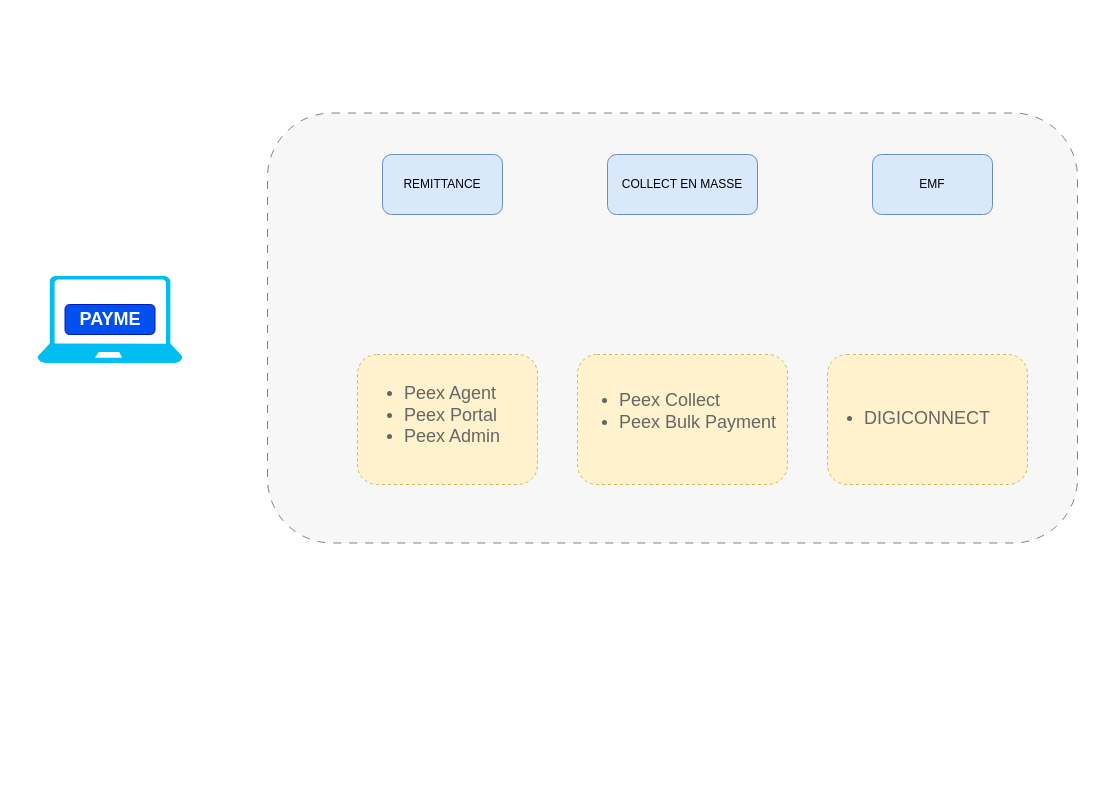
Earlier version of the draw.io diagram Peex-Marketing.drawio (dabiko/draw-io). Source tidied: cells renumbered, new cells numbered last; positions are measured from the earlier drawing's top-left corner, leaving out a move shared by most shapes. Both pictures are drawn from the tidied source at 100%, with x=0, y=0 at pixel (37, 112).
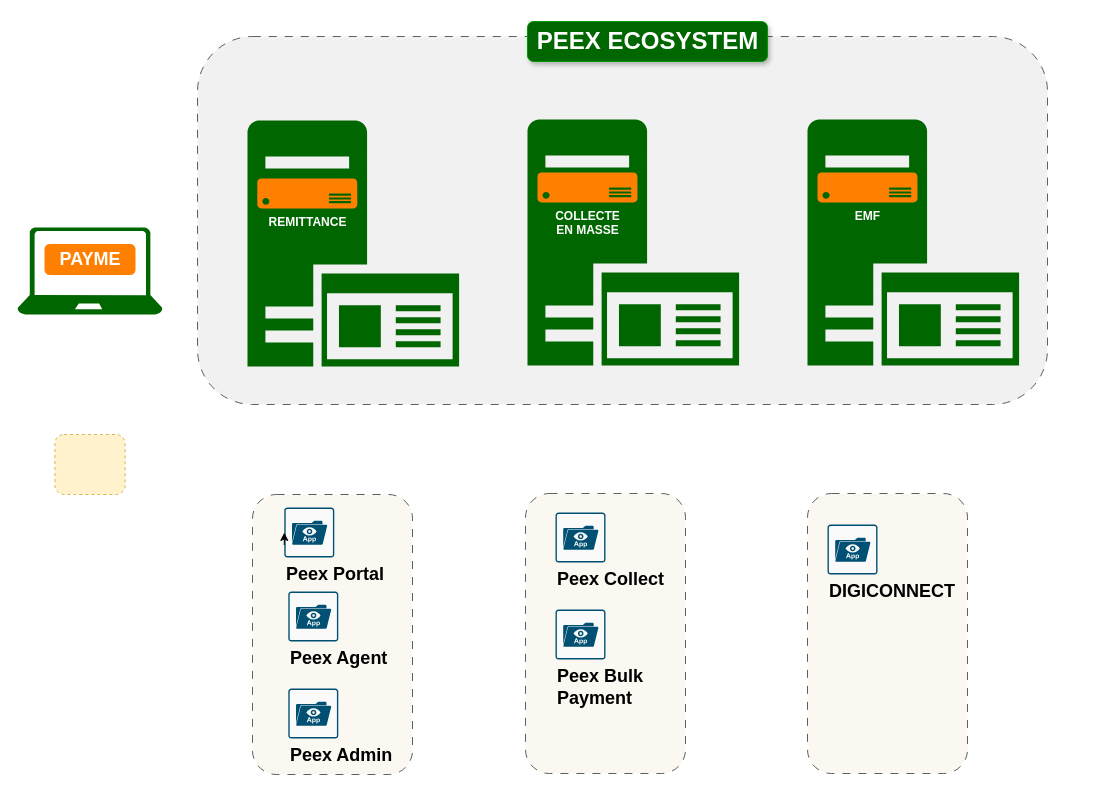
Above is the later version.

The edit, as a diff of the source:
```diff
@@
+    <mxCell id="15" style="rounded=1;whiteSpace=wrap;html=1;fillColor=#f9f7ed;strokeColor=#36393d;dashed=1;dashPattern=8 8;fillStyle=solid;opacity=80;" parent="1" vertex="1">
+      <mxGeometry x="770" y="381" width="160" height="280" as="geometry" />
+    </mxCell>
+    <mxCell id="16" style="rounded=1;whiteSpace=wrap;html=1;fillColor=#f9f7ed;strokeColor=#36393d;dashed=1;dashPattern=8 8;fillStyle=solid;opacity=80;" parent="1" vertex="1">
+      <mxGeometry x="488" y="381" width="160" height="280" as="geometry" />
+    </mxCell>
-    <mxCell id="2" style="rounded=1;whiteSpace=wrap;html=1;fillColor=#f5f5f5;strokeColor=#666666;dashed=1;dashPattern=8 8;fillStyle=solid;opacity=80;fontColor=#333333;" parent="1" vertex="1">
-      <mxGeometry x="230" y="0.5" width="810" height="430" as="geometry" />
+    <mxCell id="2" style="rounded=1;whiteSpace=wrap;html=1;fillColor=#eeeeee;strokeColor=#36393d;dashed=1;dashPattern=8 8;fillStyle=solid;opacity=80;" parent="1" vertex="1">
+      <mxGeometry x="160" y="-76" width="850" height="368" as="geometry" />
     </mxCell>
-    <mxCell id="3" style="rounded=1;whiteSpace=wrap;html=1;fillColor=#fff2cc;strokeColor=#d6b656;dashed=1;" parent="1" vertex="1">
-      <mxGeometry x="790" y="242" width="200" height="130" as="geometry" />
-    </mxCell>
+    <mxCell id="17" style="rounded=1;whiteSpace=wrap;html=1;fillColor=#f9f7ed;strokeColor=#36393d;dashed=1;dashPattern=8 8;fillStyle=solid;opacity=80;" parent="1" vertex="1">
+      <mxGeometry x="215" y="382" width="160" height="280" as="geometry" />
+    </mxCell>
     <mxCell id="4" style="rounded=1;whiteSpace=wrap;html=1;fillColor=#fff2cc;strokeColor=#d6b656;dashed=1;" parent="1" vertex="1">
-      <mxGeometry x="540" y="242" width="210" height="130" as="geometry" />
+      <mxGeometry x="17.4" y="322" width="70.2" height="60" as="geometry" />
     </mxCell>
-    <mxCell id="5" style="rounded=1;whiteSpace=wrap;html=1;fillColor=#fff2cc;strokeColor=#d6b656;dashed=1;" parent="1" vertex="1">
-      <mxGeometry x="320" y="242" width="180" height="130" as="geometry" />
-    </mxCell>
-    <mxCell id="6" style="group;" parent="1" vertex="1">
-      <mxGeometry y="172" width="145" height="87" as="geometry" />
-    </mxCell>
+    <mxCell id="18" style="sketch=0;shadow=0;dashed=0;html=1;strokeColor=none;labelPosition=center;verticalLabelPosition=bottom;verticalAlign=top;align=center;fillColor=#006600;shape=mxgraph.mscae.enterprise.application_server2;" parent="1" vertex="1">
+      <mxGeometry x="210" y="8" width="211.6" height="246" as="geometry" />
+    </mxCell>
+    <mxCell id="9" value="&lt;span style=&quot;text-wrap: wrap;&quot;&gt;&lt;b&gt;&lt;font color=&quot;#ffffff&quot;&gt;REMITTANCE&lt;/font&gt;&lt;/b&gt;&lt;/span&gt;" style="sketch=0;shadow=0;dashed=0;html=1;strokeColor=none;labelPosition=center;verticalLabelPosition=bottom;verticalAlign=top;align=center;fillColor=#FF8000;shape=mxgraph.azure.server;" parent="1" vertex="1">
+      <mxGeometry x="219.8" y="66" width="100" height="30" as="geometry" />
+    </mxCell>
+    <mxCell id="19" value="&lt;b&gt;&lt;font color=&quot;#ffffff&quot; style=&quot;font-size: 24px;&quot;&gt;PEEX ECOSYSTEM&lt;/font&gt;&lt;/b&gt;" style="text;html=1;align=center;verticalAlign=middle;strokeColor=#009900;fillColor=#006600;strokeWidth=1;rounded=1;shadow=1;" parent="1" vertex="1">
+      <mxGeometry x="490" y="-91" width="240" height="40" as="geometry" />
+    </mxCell>
-    <mxCell id="7" value="&lt;h2&gt;&lt;font style=&quot;font-size: 18px;&quot;&gt;PAYME&lt;/font&gt;&lt;/h2&gt;" style="rounded=1;whiteSpace=wrap;html=1;fillColor=#0050ef;fontColor=#ffffff;strokeColor=#001DBC;" parent="6" vertex="1">
-      <mxGeometry x="27.5" y="20" width="90" height="30" as="geometry" />
+    <mxCell id="7" value="&lt;h2&gt;&lt;font style=&quot;font-size: 18px;&quot;&gt;PAYME&lt;/font&gt;&lt;/h2&gt;" style="rounded=1;whiteSpace=wrap;html=1;fillColor=#FF8000;fontColor=#ffffff;strokeColor=#FF8000;" parent="1" vertex="1">
+      <mxGeometry x="7.5" y="132" width="90" height="30" as="geometry" />
     </mxCell>
-    <mxCell id="8" style="verticalLabelPosition=bottom;html=1;verticalAlign=top;align=center;strokeColor=none;fillColor=#00BEF2;shape=mxgraph.azure.laptop;" parent="6" vertex="1">
-      <mxGeometry y="-8.5" width="145" height="87" as="geometry" />
+    <mxCell id="8" style="verticalLabelPosition=bottom;html=1;verticalAlign=top;align=center;strokeColor=none;fillColor=#006600;shape=mxgraph.azure.laptop;" parent="1" vertex="1">
+      <mxGeometry x="-20" y="115" width="145" height="87" as="geometry" />
     </mxCell>
-    <mxCell id="9" value="REMITTANCE" style="rounded=1;whiteSpace=wrap;html=1;fillColor=#dae8fc;strokeColor=#6c8ebf;" parent="1" vertex="1">
-      <mxGeometry x="345" y="42" width="120" height="60" as="geometry" />
-    </mxCell>
-    <mxCell id="10" value="&lt;ul&gt;&lt;li&gt;&lt;font style=&quot;font-size: 18px;&quot;&gt;Peex Agent&amp;nbsp;&lt;/font&gt;&lt;/li&gt;&lt;li&gt;&lt;span style=&quot;font-size: 18px;&quot;&gt;Peex Portal&lt;/span&gt;&lt;/li&gt;&lt;li&gt;&lt;span style=&quot;font-size: 18px;&quot;&gt;Peex Admin&lt;/span&gt;&lt;/li&gt;&lt;/ul&gt;" style="strokeWidth=1;shadow=0;dashed=0;align=center;html=1;shape=mxgraph.mockup.text.bulletedList;textColor=#666666;mainText=,,,,;textSize=17;bulletStyle=none;strokeColor=none;fillColor=none;align=left;verticalAlign=top;fontSize=17;fontColor=#666666;" parent="1" vertex="1">
-      <mxGeometry x="325" y="247" width="170" height="113" as="geometry" />
-    </mxCell>
-    <mxCell id="11" value="&lt;ul&gt;&lt;li&gt;&lt;span style=&quot;font-size: 18px;&quot;&gt;Peex Collect&amp;nbsp;&lt;/span&gt;&lt;/li&gt;&lt;li&gt;&lt;span style=&quot;font-size: 18px;&quot;&gt;Peex Bulk Payment&lt;/span&gt;&lt;/li&gt;&lt;/ul&gt;" style="strokeWidth=1;shadow=0;dashed=0;align=center;html=1;shape=mxgraph.mockup.text.bulletedList;textColor=#666666;mainText=,,,,;textSize=17;bulletStyle=none;strokeColor=none;fillColor=none;align=left;verticalAlign=top;fontSize=17;fontColor=#666666;" parent="1" vertex="1">
-      <mxGeometry x="540" y="253.5" width="220" height="100" as="geometry" />
-    </mxCell>
+    <mxCell id="20" style="sketch=0;shadow=0;dashed=0;html=1;strokeColor=none;labelPosition=center;verticalLabelPosition=bottom;verticalAlign=top;align=center;fillColor=#006600;shape=mxgraph.mscae.enterprise.application_server2;" parent="1" vertex="1">
+      <mxGeometry x="490" y="7" width="211.6" height="246" as="geometry" />
+    </mxCell>
+    <mxCell id="21" style="sketch=0;shadow=0;dashed=0;html=1;strokeColor=none;labelPosition=center;verticalLabelPosition=bottom;verticalAlign=top;align=center;fillColor=#006600;shape=mxgraph.mscae.enterprise.application_server2;" parent="1" vertex="1">
+      <mxGeometry x="770" y="7" width="211.6" height="246" as="geometry" />
+    </mxCell>
+    <mxCell id="22" value="&lt;span style=&quot;text-wrap: wrap;&quot;&gt;&lt;b&gt;&lt;font color=&quot;#ffffff&quot;&gt;COLLECTE EN MASSE&lt;/font&gt;&lt;/b&gt;&lt;/span&gt;" style="sketch=0;shadow=0;dashed=0;html=1;strokeColor=none;labelPosition=center;verticalLabelPosition=bottom;verticalAlign=top;align=center;fillColor=#FF8000;shape=mxgraph.azure.server;" parent="1" vertex="1">
+      <mxGeometry x="500" y="60" width="100" height="30" as="geometry" />
+    </mxCell>
+    <mxCell id="14" value="&lt;font color=&quot;#ffffff&quot;&gt;&lt;span style=&quot;text-wrap: wrap;&quot;&gt;&lt;b&gt;EMF&lt;/b&gt;&lt;/span&gt;&lt;/font&gt;" style="sketch=0;shadow=0;dashed=0;html=1;strokeColor=none;labelPosition=center;verticalLabelPosition=bottom;verticalAlign=top;align=center;fillColor=#FF8000;shape=mxgraph.azure.server;" parent="1" vertex="1">
+      <mxGeometry x="780" y="60" width="100" height="30" as="geometry" />
+    </mxCell>
+    <mxCell id="23" value="&lt;b style=&quot;background-color: initial;&quot;&gt;&lt;font style=&quot;font-size: 18px;&quot;&gt;Peex Agent&lt;/font&gt;&lt;/b&gt;" style="sketch=0;verticalLabelPosition=bottom;html=1;verticalAlign=top;align=left;shape=mxgraph.cisco19.rect;prIcon=avc_application_visibility_control;fillColor=#FAFAFA;strokeColor=#005073;" parent="1" vertex="1">
+      <mxGeometry x="250.8" y="479" width="50" height="50" as="geometry" />
+    </mxCell>
+    <mxCell id="24" value="&lt;b style=&quot;background-color: initial;&quot;&gt;&lt;font style=&quot;font-size: 18px;&quot;&gt;Peex Portal&lt;/font&gt;&lt;/b&gt;" style="sketch=0;points=[[0.015,0.015,0],[0.985,0.015,0],[0.985,0.985,0],[0.015,0.985,0],[0.25,0,0],[0.5,0,0],[0.75,0,0],[1,0.25,0],[1,0.5,0],[1,0.75,0],[0.75,1,0],[0.5,1,0],[0.25,1,0],[0,0.75,0],[0,0.5,0],[0,0.25,0]];verticalLabelPosition=bottom;html=1;verticalAlign=top;align=left;shape=mxgraph.cisco19.rect;prIcon=avc_application_visibility_control;fillColor=#FAFAFA;strokeColor=#005073;" parent="1" vertex="1">
+      <mxGeometry x="246.8" y="395" width="50" height="50" as="geometry" />
+    </mxCell>
+    <mxCell id="25" value="&lt;b style=&quot;background-color: initial;&quot;&gt;&lt;font style=&quot;font-size: 18px;&quot;&gt;Peex Admin&lt;/font&gt;&lt;/b&gt;" style="sketch=0;verticalLabelPosition=bottom;html=1;verticalAlign=top;align=left;shape=mxgraph.cisco19.rect;prIcon=avc_application_visibility_control;fillColor=#FAFAFA;strokeColor=#005073;" parent="1" vertex="1">
+      <mxGeometry x="250.8" y="576" width="50" height="50" as="geometry" />
+    </mxCell>
+    <mxCell id="26" value="&lt;b style=&quot;background-color: initial;&quot;&gt;&lt;font style=&quot;font-size: 18px;&quot;&gt;Peex Bulk&amp;nbsp;&lt;/font&gt;&lt;/b&gt;&lt;div&gt;&lt;b style=&quot;background-color: initial;&quot;&gt;&lt;font style=&quot;font-size: 18px;&quot;&gt;Payment&lt;/font&gt;&lt;/b&gt;&lt;/div&gt;" style="sketch=0;verticalLabelPosition=bottom;html=1;verticalAlign=top;align=left;shape=mxgraph.cisco19.rect;prIcon=avc_application_visibility_control;fillColor=#FAFAFA;strokeColor=#005073;" parent="1" vertex="1">
+      <mxGeometry x="518" y="497" width="50" height="50" as="geometry" />
+    </mxCell>
+    <mxCell id="27" value="&lt;b style=&quot;background-color: initial;&quot;&gt;&lt;font style=&quot;font-size: 18px;&quot;&gt;Peex Collect&lt;/font&gt;&lt;/b&gt;" style="sketch=0;verticalLabelPosition=bottom;html=1;verticalAlign=top;align=left;shape=mxgraph.cisco19.rect;prIcon=avc_application_visibility_control;fillColor=#FAFAFA;strokeColor=#005073;" parent="1" vertex="1">
+      <mxGeometry x="518" y="400" width="50" height="50" as="geometry" />
+    </mxCell>
-    <mxCell id="12" value="&lt;ul&gt;&lt;li&gt;&lt;span style=&quot;font-size: 18px;&quot;&gt;DIGICONNECT&lt;/span&gt;&lt;/li&gt;&lt;/ul&gt;" style="strokeWidth=1;shadow=0;dashed=0;align=center;html=1;shape=mxgraph.mockup.text.bulletedList;textColor=#666666;mainText=,,,,;textSize=17;bulletStyle=none;strokeColor=none;fillColor=none;align=left;verticalAlign=top;fontSize=17;fontColor=#666666;" parent="1" vertex="1">
-      <mxGeometry x="785" y="272" width="210" height="63" as="geometry" />
+    <mxCell id="12" value="&lt;b style=&quot;background-color: initial;&quot;&gt;&lt;font style=&quot;font-size: 18px;&quot;&gt;DIGICONNECT&lt;/font&gt;&lt;/b&gt;" style="sketch=0;verticalLabelPosition=bottom;html=1;verticalAlign=top;align=left;shape=mxgraph.cisco19.rect;prIcon=avc_application_visibility_control;fillColor=#FAFAFA;strokeColor=#005073;" parent="1" vertex="1">
+      <mxGeometry x="790" y="412" width="50" height="50" as="geometry" />
     </mxCell>
-    <mxCell id="13" value="COLLECT EN MASSE" style="rounded=1;whiteSpace=wrap;html=1;fillColor=#dae8fc;strokeColor=#6c8ebf;" parent="1" vertex="1">
-      <mxGeometry x="570" y="42" width="150" height="60" as="geometry" />
-    </mxCell>
-    <mxCell id="14" value="EMF" style="rounded=1;whiteSpace=wrap;html=1;fillColor=#dae8fc;strokeColor=#6c8ebf;" parent="1" vertex="1">
-      <mxGeometry x="835" y="42" width="120" height="60" as="geometry" />
-    </mxCell>
+    <mxCell id="28" style="edgeStyle=orthogonalEdgeStyle;rounded=0;orthogonalLoop=1;jettySize=auto;html=1;exitX=0;exitY=0.75;exitDx=0;exitDy=0;exitPerimeter=0;entryX=0;entryY=0.5;entryDx=0;entryDy=0;entryPerimeter=0;" parent="1" edge="1" source="24" target="24">
+      <mxGeometry relative="1" as="geometry" />
+    </mxCell>
```
